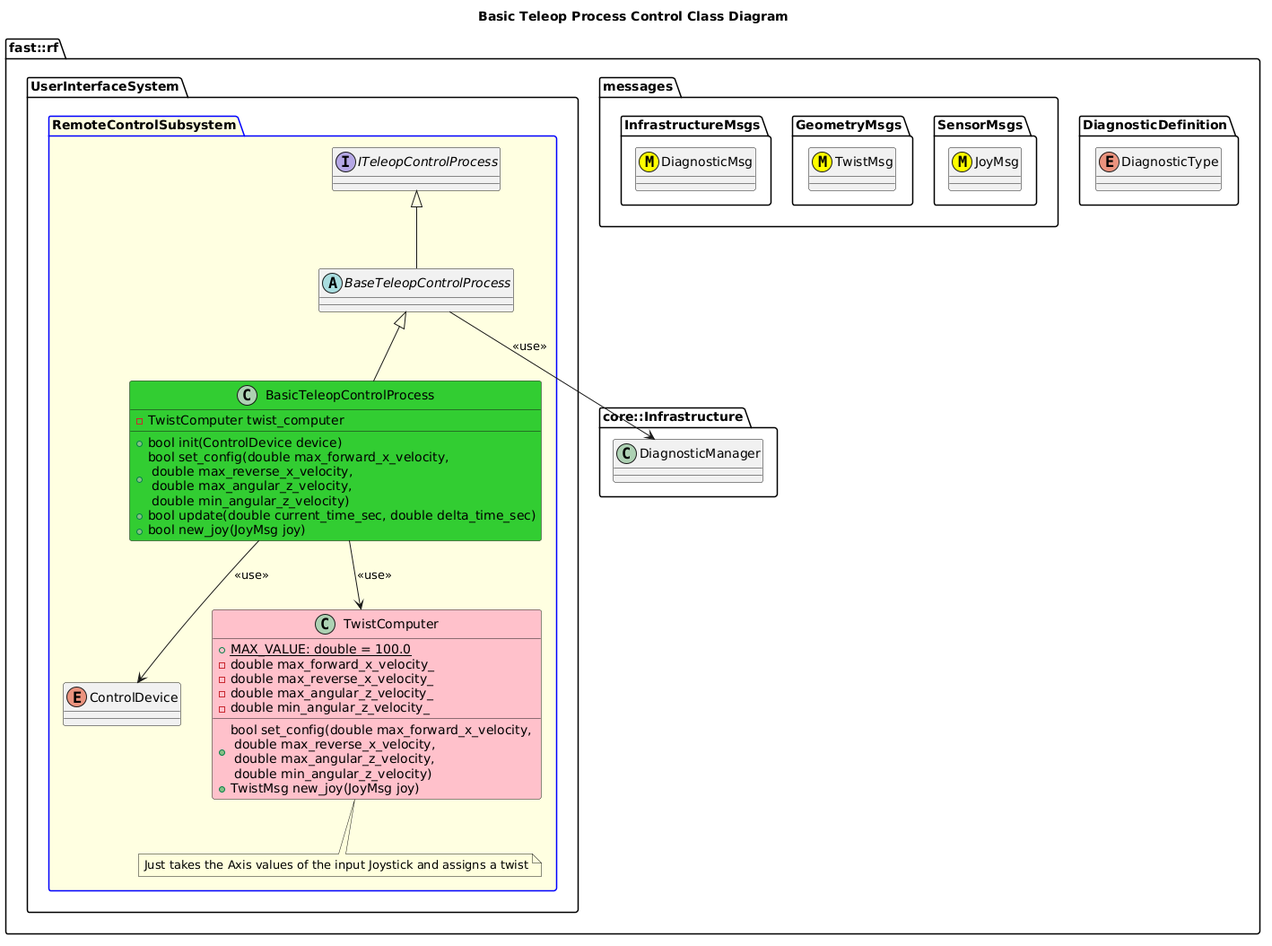
fastrobotics/robot_framework keeps this PlantUML diagram as Systems/UserInterface/Subsystems/RemoteControl/Processes/TeleopControl/doc/ProcessImplementations/puml/BasicTeleopControlProcessClassDiagram.png. Above is the earlier version.
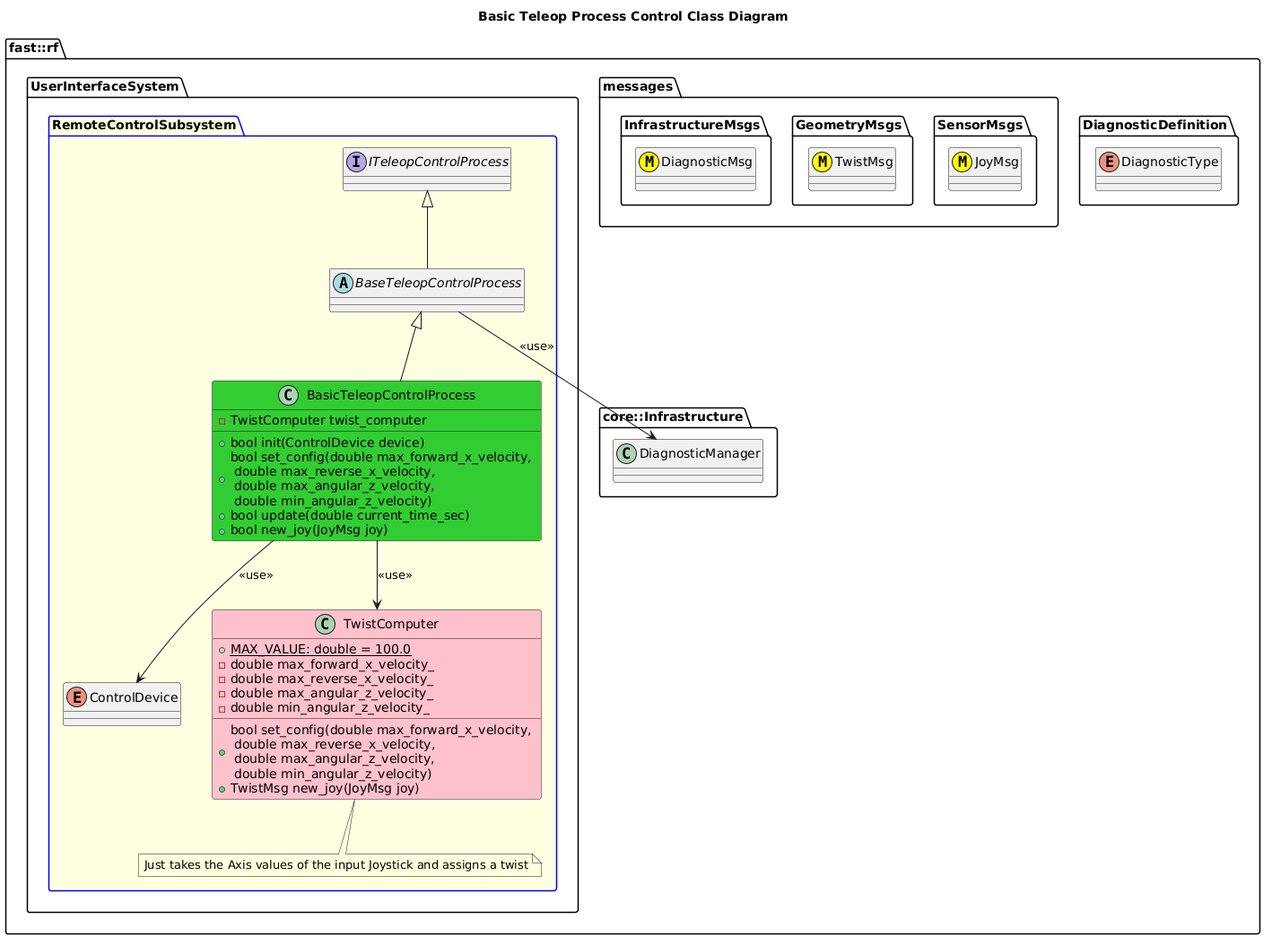
The same file after the commit.

Change to the diagram source:
```diff
@@ -42,7 +42,7 @@
 
           +bool init(ControlDevice device)
           +bool set_config(double max_forward_x_velocity, \n double max_reverse_x_velocity, \n double max_angular_z_velocity, \n double min_angular_z_velocity)
-          +bool update(double current_time_sec, double delta_time_sec)
+          +bool update(double current_time_sec)
           +bool new_joy(JoyMsg joy)
           -TwistComputer twist_computer
 
```
